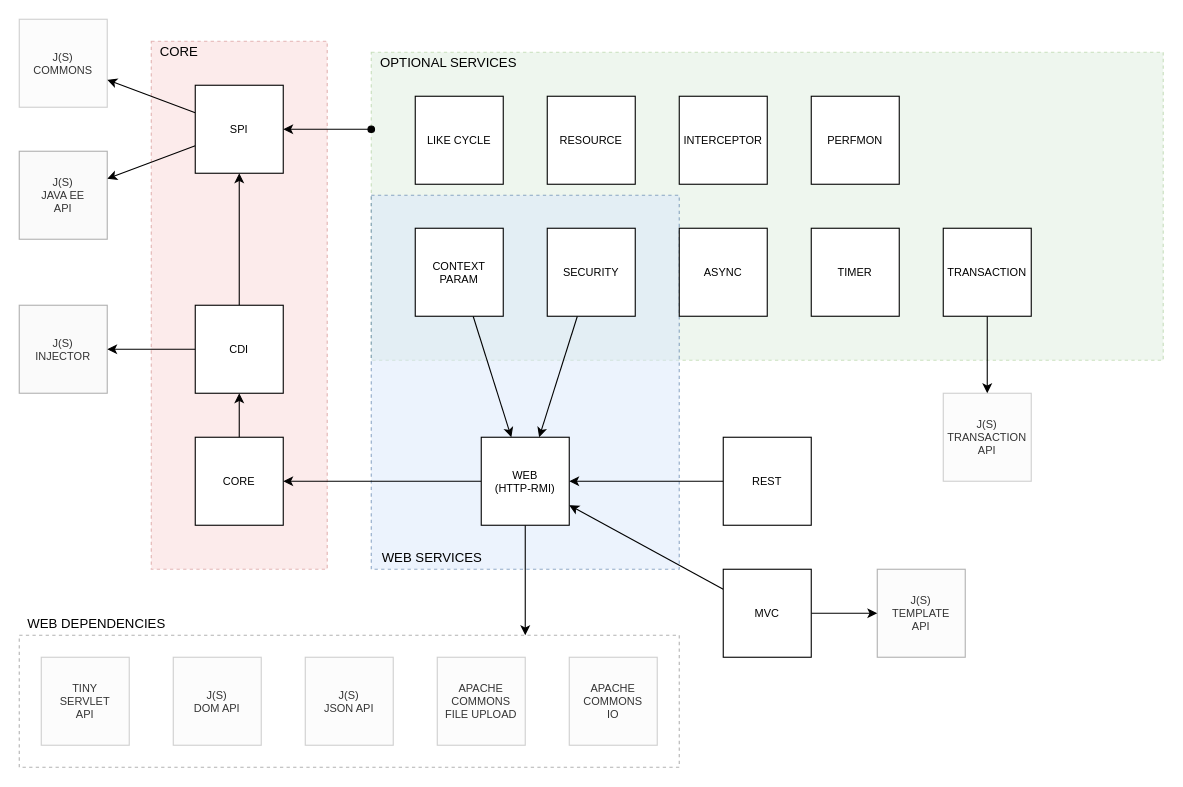
The draw.io diagram page "Modules" (1 of 11) of docs/container.drawio in js-lib-com/tiny-container, before the edit. Source tidied: cells renumbered, new cells numbered last; positions are measured from the earlier drawing's top-left corner, leaving out a move shared by most shapes. Both pictures are drawn from the tidied source at 110%, with x=0, y=0 at pixel (19, 19).
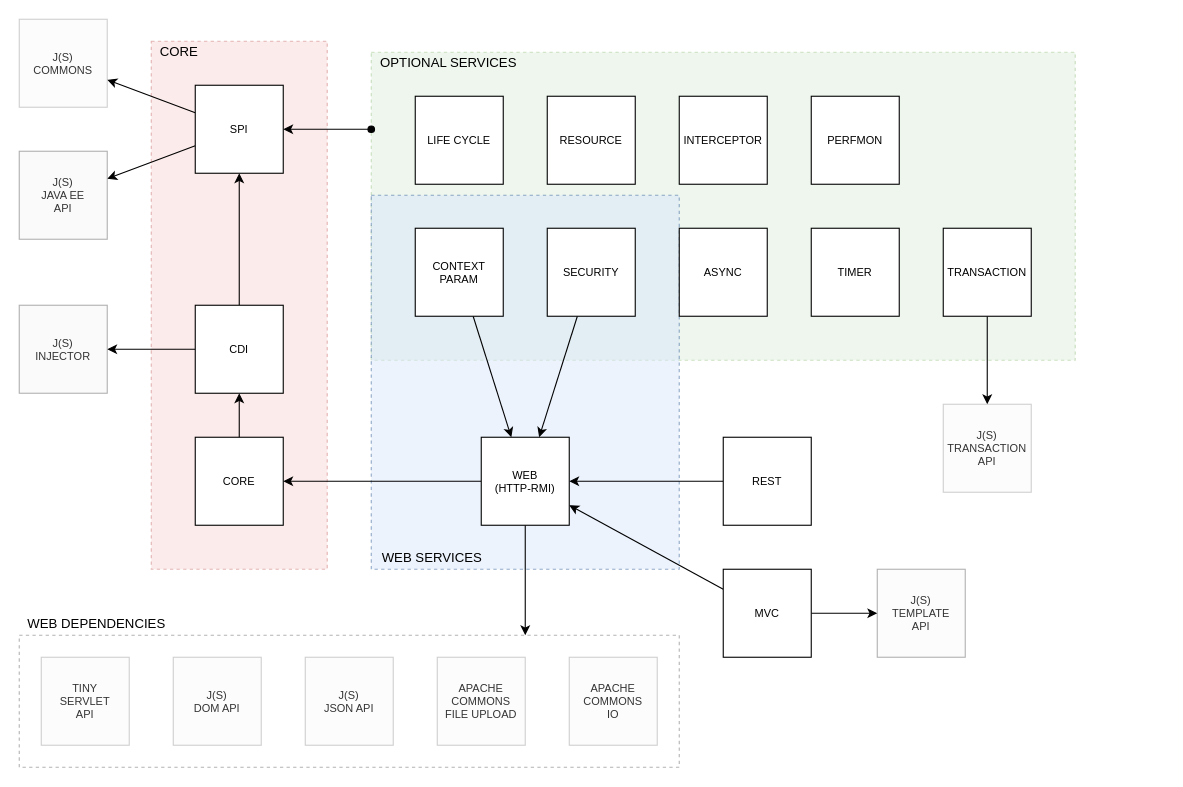
The same page after the edit.

Change to the diagram source:
```diff
@@
     <mxCell id="2" style="rounded=0;whiteSpace=wrap;html=1;fontSize=10;opacity=40;fillColor=#d5e8d4;strokeColor=#82b366;dashed=1;" parent="1" vertex="1">
-      <mxGeometry x="320" y="30" width="720" height="280" as="geometry" />
+      <mxGeometry x="320" y="30" width="640" height="280" as="geometry" />
     </mxCell>
@@
     <mxCell id="34" value="J(S)&lt;br&gt;TRANSACTION&lt;br&gt;API" style="whiteSpace=wrap;html=1;fontSize=10;opacity=30;fillColor=#f5f5f5;strokeColor=#666666;fontColor=#333333;" parent="1" vertex="1">
-      <mxGeometry x="840" y="340" width="80" height="80" as="geometry" />
+      <mxGeometry x="840" y="350" width="80" height="80" as="geometry" />
     </mxCell>
@@
-    <mxCell id="48" value="LIKE CYCLE" style="whiteSpace=wrap;html=1;fontSize=10;" parent="1" vertex="1">
+    <mxCell id="48" value="LIFE CYCLE" style="whiteSpace=wrap;html=1;fontSize=10;" parent="1" vertex="1">
       <mxGeometry x="360" y="70" width="80" height="80" as="geometry" />
     </mxCell>
```
